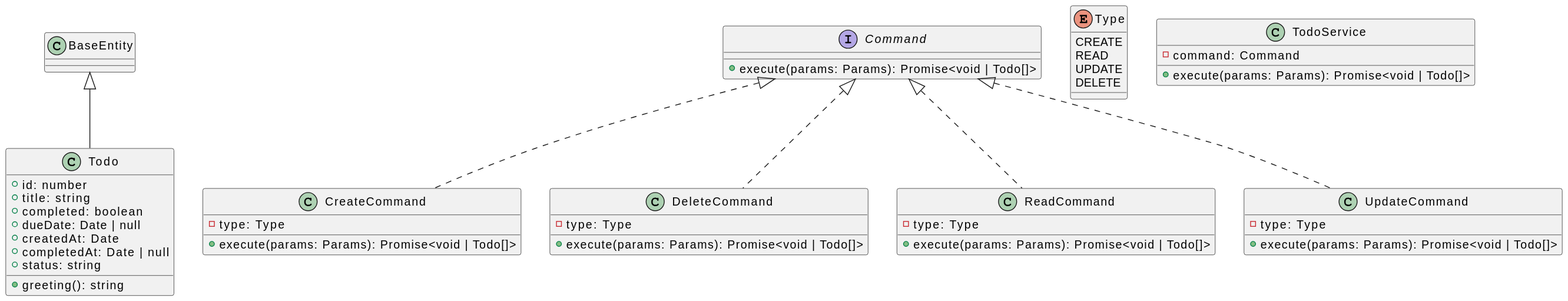
k2works/application_programing_excercise_2022 keeps this PlantUML diagram as docs/images/uml.svg. Above is the earlier version.
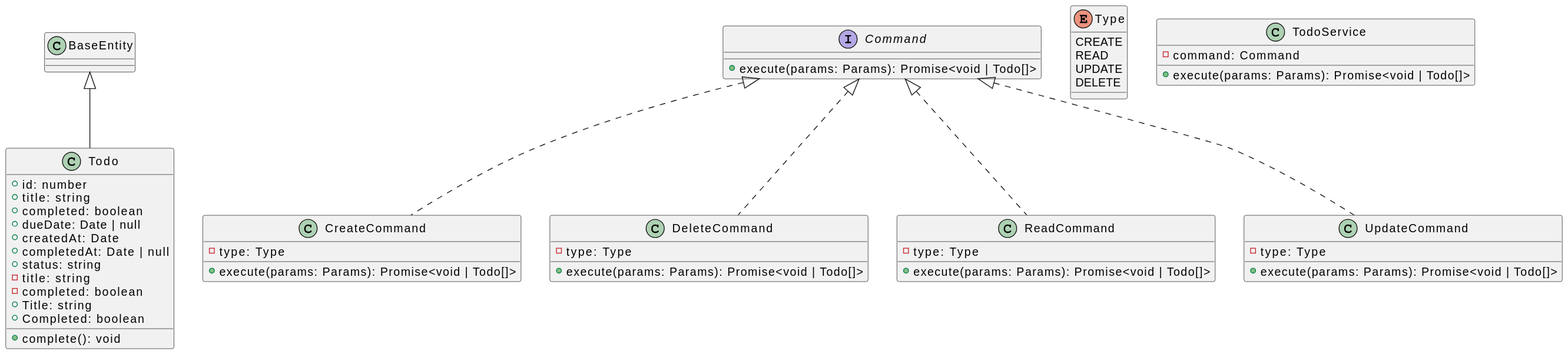
The same diagram one commit later.

Change to the diagram source:
```diff
@@ -38,6 +38,10 @@
     +execute(params: Params): Promise<void | Todo[]>
 }
 class Todo {
-    +greeting(): string
+    -title: string
+    -completed: boolean
+    +Title: string
+    +Completed: boolean
+    +complete(): void
 }
 @enduml
```
